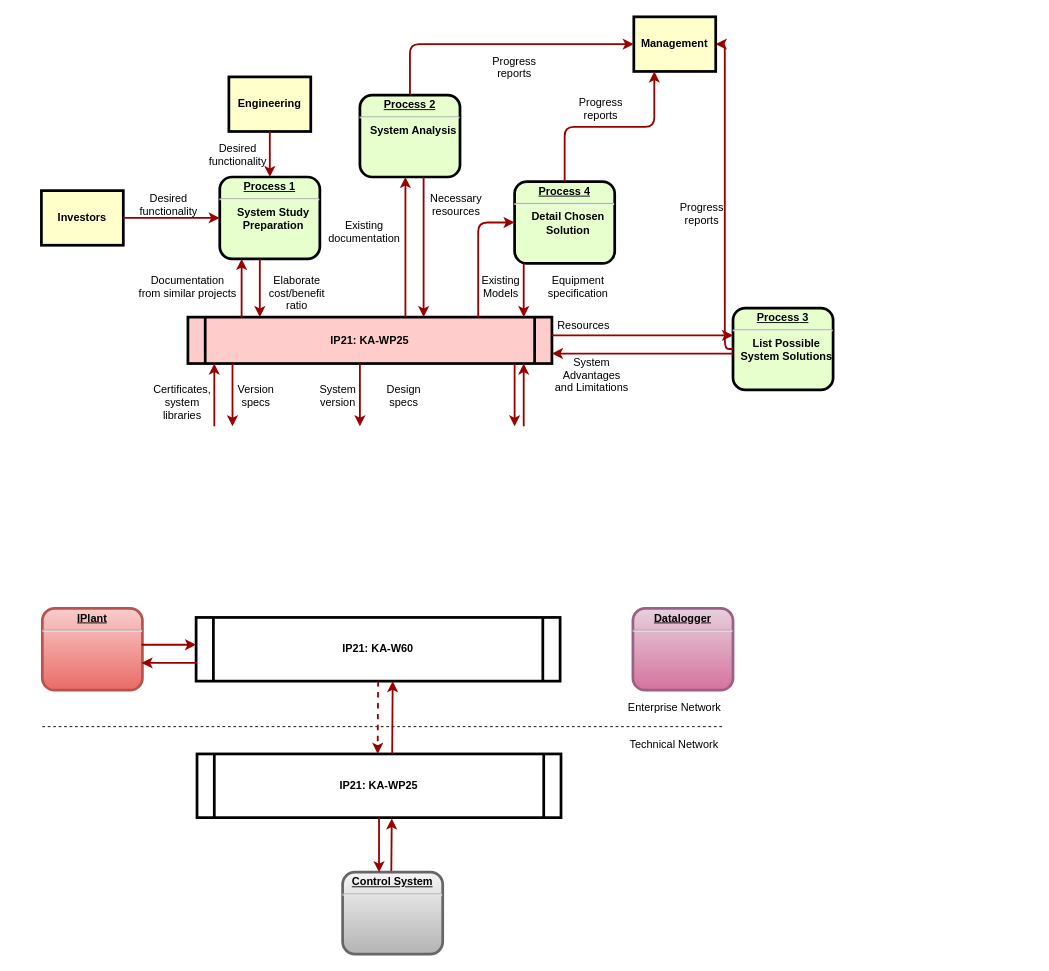
Before: IT_K-KLAB_01.drawio in Daniel-72/hello-world, a draw.io diagram. Source tidied: cells renumbered, new cells numbered last; positions are measured from the earlier drawing's top-left corner, leaving out a move shared by most shapes. Both pictures are drawn from the tidied source at 91%, with x=0, y=0 at pixel (41, 16).
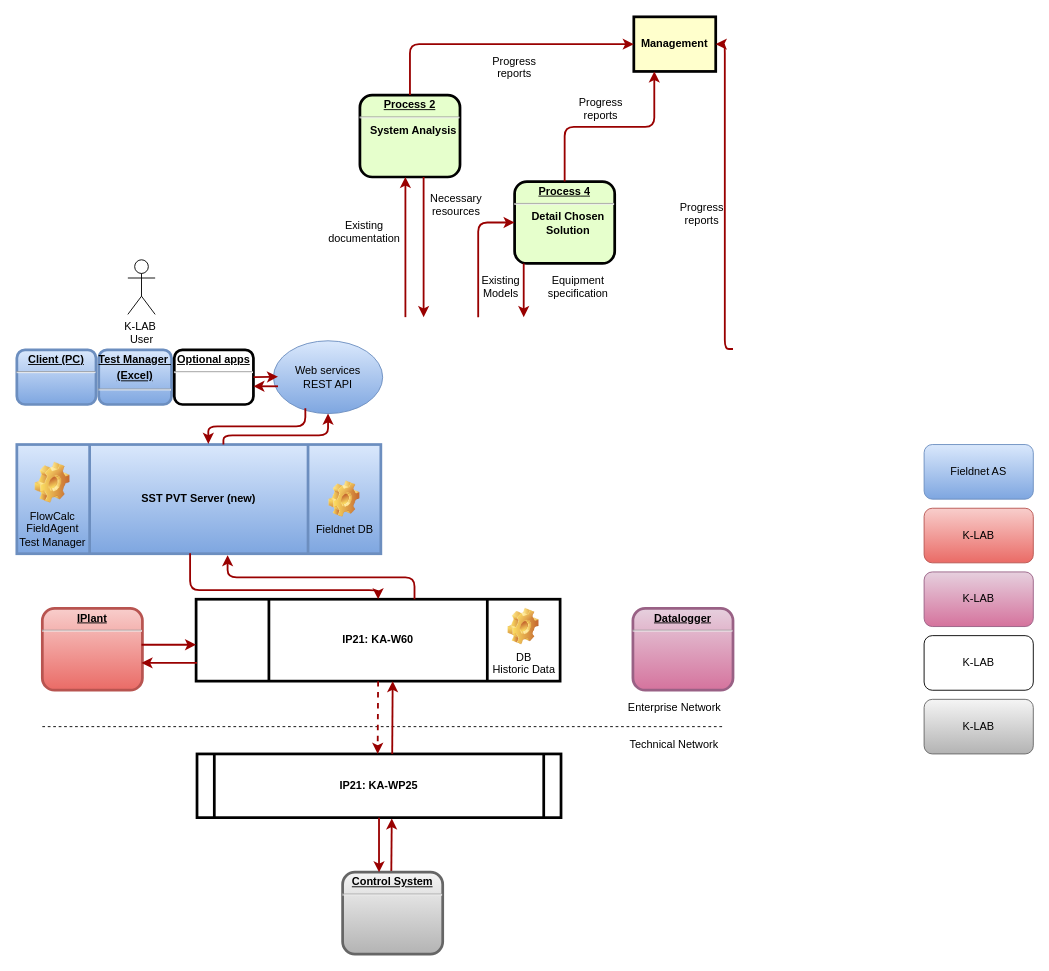
The same diagram, later.

Unchanged cells that the change refers to:
```xml
<mxCell id="6" value="&lt;p style=&quot;margin: 0px; margin-top: 4px; text-align: center; text-decoration: underline;&quot;&gt;&lt;strong&gt;Process 2&lt;br /&gt;&lt;/strong&gt;&lt;/p&gt;&lt;hr /&gt;&lt;p style=&quot;margin: 0px; margin-left: 8px;&quot;&gt;System Analysis&lt;/p&gt;" style="verticalAlign=middle;align=center;overflow=fill;fontSize=12;fontFamily=Helvetica;html=1;rounded=1;fontStyle=1;strokeWidth=3;fillColor=#E6FFCC;" parent="1" vertex="1">
  <mxGeometry x="350" y="86" width="110" height="90" as="geometry" />
</mxCell>
<mxCell id="8" value="&lt;p style=&quot;margin: 0px; margin-top: 4px; text-align: center; text-decoration: underline;&quot;&gt;&lt;strong&gt;&lt;strong&gt;Process&lt;/strong&gt; 4&lt;br /&gt;&lt;/strong&gt;&lt;/p&gt;&lt;hr /&gt;&lt;p style=&quot;margin: 0px; margin-left: 8px;&quot;&gt;Detail Chosen&lt;/p&gt;&lt;p style=&quot;margin: 0px; margin-left: 8px;&quot;&gt;Solution&lt;/p&gt;" style="verticalAlign=middle;align=center;overflow=fill;fontSize=12;fontFamily=Helvetica;html=1;rounded=1;fontStyle=1;strokeWidth=3;fillColor=#E6FFCC;" parent="1" vertex="1">
  <mxGeometry x="520" y="181" width="110" height="90" as="geometry" />
</mxCell>
<mxCell id="9" value="Management" style="whiteSpace=wrap;align=center;verticalAlign=middle;fontStyle=1;strokeWidth=3;fillColor=#FFFFCC;" parent="1" vertex="1">
  <mxGeometry x="651" width="90" height="60" as="geometry" />
</mxCell>
```

What changed in the source:
```diff
@@
-    <mxCell id="2" value="&lt;p style=&quot;margin: 0px; margin-top: 4px; text-align: center; text-decoration: underline;&quot;&gt;&lt;strong&gt;Process 1&lt;br /&gt;&lt;/strong&gt;&lt;/p&gt;&lt;hr /&gt;&lt;p style=&quot;margin: 0px; margin-left: 8px;&quot;&gt;System Study&lt;/p&gt;&lt;p style=&quot;margin: 0px; margin-left: 8px;&quot;&gt;Preparation&lt;/p&gt;" style="verticalAlign=middle;align=center;overflow=fill;fontSize=12;fontFamily=Helvetica;html=1;rounded=1;fontStyle=1;strokeWidth=3;fillColor=#E6FFCC;" parent="1" vertex="1">
-      <mxGeometry x="196" y="176" width="110" height="90" as="geometry" />
-    </mxCell>
-    <mxCell id="3" value="Engineering" style="whiteSpace=wrap;align=center;verticalAlign=middle;fontStyle=1;strokeWidth=3;fillColor=#FFFFCC;" parent="1" vertex="1">
-      <mxGeometry x="206" y="66" width="90" height="60" as="geometry" />
-    </mxCell>
-    <mxCell id="4" value="Investors" style="whiteSpace=wrap;align=center;verticalAlign=middle;fontStyle=1;strokeWidth=3;fillColor=#FFFFCC;" parent="1" vertex="1">
-      <mxGeometry y="191" width="90" height="60" as="geometry" />
-    </mxCell>
-    <mxCell id="5" value="IP21: KA-WP25" style="shape=process;whiteSpace=wrap;align=center;verticalAlign=middle;size=0.0475;fontStyle=1;strokeWidth=3;fillColor=#FFCCCC;" parent="1" vertex="1">
-      <mxGeometry x="161" y="330" width="400" height="51" as="geometry" />
-    </mxCell>
@@
-    <mxCell id="7" value="&lt;p style=&quot;margin: 0px; margin-top: 4px; text-align: center; text-decoration: underline;&quot;&gt;&lt;strong&gt;&lt;strong&gt;Process&lt;/strong&gt; 3&lt;br /&gt;&lt;/strong&gt;&lt;/p&gt;&lt;hr /&gt;&lt;p style=&quot;margin: 0px; margin-left: 8px;&quot;&gt;List Possible&lt;/p&gt;&lt;p style=&quot;margin: 0px; margin-left: 8px;&quot;&gt;System Solutions&lt;/p&gt;" style="verticalAlign=middle;align=center;overflow=fill;fontSize=12;fontFamily=Helvetica;html=1;rounded=1;fontStyle=1;strokeWidth=3;fillColor=#E6FFCC;" parent="1" vertex="1">
-      <mxGeometry x="760" y="320" width="110" height="90" as="geometry" />
-    </mxCell>
@@
-    <mxCell id="10" style="edgeStyle=none;noEdgeStyle=1;strokeColor=#990000;strokeWidth=2;" parent="1" edge="1" source="3" target="2">
-      <mxGeometry relative="1" as="geometry" />
-    </mxCell>
-    <mxCell id="11" style="edgeStyle=none;noEdgeStyle=1;strokeColor=#990000;strokeWidth=2;" parent="1" edge="1" source="4" target="2">
-      <mxGeometry relative="1" as="geometry" />
-    </mxCell>
-    <mxCell id="12" value="Desired &#10;functionality" style="text;spacingTop=-5;align=center;" parent="1" vertex="1">
-      <mxGeometry x="125" y="191" width="30" height="20" as="geometry" />
-    </mxCell>
-    <mxCell id="13" value="Desired &#10;functionality" style="text;spacingTop=-5;align=center;" parent="1" vertex="1">
-      <mxGeometry x="201" y="136" width="30" height="20" as="geometry" />
-    </mxCell>
-    <mxCell id="14" value="Documentation&#10;from similar projects" style="text;spacingTop=-5;align=center;" parent="1" vertex="1">
-      <mxGeometry x="146" y="281" width="30" height="20" as="geometry" />
-    </mxCell>
-    <mxCell id="15" style="edgeStyle=elbowEdgeStyle;elbow=horizontal;strokeColor=#990000;strokeWidth=2;" parent="1" edge="1" source="5" target="2">
-      <mxGeometry relative="1" as="geometry">
-        <Array as="points">
-          <mxPoint x="220" y="310" />
-        </Array>
-      </mxGeometry>
-    </mxCell>
-    <mxCell id="16" style="edgeStyle=elbowEdgeStyle;elbow=horizontal;strokeColor=#990000;strokeWidth=2;" parent="1" edge="1" source="2" target="5">
-      <mxGeometry relative="1" as="geometry">
-        <Array as="points">
-          <mxPoint x="240" y="300" />
-        </Array>
-      </mxGeometry>
-    </mxCell>
-    <mxCell id="17" value="Elaborate&#10;cost/benefit&#10;ratio" style="text;spacingTop=-5;align=center;" parent="1" vertex="1">
-      <mxGeometry x="266" y="281" width="30" height="20" as="geometry" />
-    </mxCell>
-    <mxCell id="18" style="edgeStyle=elbowEdgeStyle;elbow=horizontal;strokeColor=#990000;strokeWidth=2;" parent="1" edge="1" source="5" target="6">
+    <mxCell id="18" style="edgeStyle=elbowEdgeStyle;elbow=horizontal;strokeColor=#990000;strokeWidth=2;" parent="1" edge="1" target="6">
       <mxGeometry relative="1" as="geometry">
+        <mxPoint x="400" y="330" as="sourcePoint" />
         <Array as="points">
           <mxPoint x="400" y="250" />
         </Array>
       </mxGeometry>
     </mxCell>
-    <mxCell id="19" style="edgeStyle=elbowEdgeStyle;elbow=horizontal;strokeColor=#990000;strokeWidth=2;" parent="1" edge="1" source="6" target="5">
+    <mxCell id="19" style="edgeStyle=elbowEdgeStyle;elbow=horizontal;strokeColor=#990000;strokeWidth=2;" parent="1" edge="1" source="6">
       <mxGeometry relative="1" as="geometry">
+        <mxPoint x="420" y="330" as="targetPoint" />
         <Array as="points">
           <mxPoint x="420" y="260" />
         </Array>
       </mxGeometry>
     </mxCell>
@@
-    <mxCell id="27" style="edgeStyle=elbowEdgeStyle;elbow=horizontal;strokeColor=#990000;strokeWidth=2;" parent="1" edge="1" source="7" target="9">
-      <mxGeometry relative="1" as="geometry" />
+    <mxCell id="27" style="edgeStyle=elbowEdgeStyle;elbow=horizontal;strokeColor=#990000;strokeWidth=2;" parent="1" edge="1" target="9">
+      <mxGeometry relative="1" as="geometry">
+        <mxPoint x="760" y="365" as="sourcePoint" />
+      </mxGeometry>
     </mxCell>
-    <mxCell id="28" style="edgeStyle=elbowEdgeStyle;elbow=horizontal;strokeColor=#990000;strokeWidth=2;" parent="1" edge="1" source="8" target="5">
+    <mxCell id="28" style="edgeStyle=elbowEdgeStyle;elbow=horizontal;strokeColor=#990000;strokeWidth=2;" parent="1" edge="1" source="8">
       <mxGeometry relative="1" as="geometry">
+        <mxPoint x="530" y="330" as="targetPoint" />
         <Array as="points">
           <mxPoint x="530" y="300" />
         </Array>
       </mxGeometry>
     </mxCell>
-    <mxCell id="29" style="edgeStyle=segmentEdgeStyle;strokeColor=#990000;strokeWidth=2;" parent="1" edge="1" source="5" target="8">
+    <mxCell id="29" style="edgeStyle=segmentEdgeStyle;strokeColor=#990000;strokeWidth=2;" parent="1" edge="1" target="8">
       <mxGeometry relative="1" as="geometry">
+        <mxPoint x="480" y="330" as="sourcePoint" />
         <Array as="points">
           <mxPoint x="480" y="226" />
         </Array>
       </mxGeometry>
     </mxCell>
@@
-    <mxCell id="32" style="edgeStyle=elbowEdgeStyle;elbow=vertical;strokeColor=#990000;strokeWidth=2;" parent="1" edge="1" source="5" target="7">
-      <mxGeometry relative="1" as="geometry">
-        <Array as="points">
-          <mxPoint x="610" y="350" />
-        </Array>
-      </mxGeometry>
-    </mxCell>
-    <mxCell id="33" style="edgeStyle=elbowEdgeStyle;elbow=vertical;strokeColor=#990000;strokeWidth=2;" parent="1" edge="1" source="7" target="5">
-      <mxGeometry relative="1" as="geometry">
-        <Array as="points">
-          <mxPoint x="610" y="370" />
-        </Array>
-      </mxGeometry>
-    </mxCell>
-    <mxCell id="34" value="Resources" style="text;spacingTop=-5;align=center;" parent="1" vertex="1">
-      <mxGeometry x="581" y="331" width="30" height="20" as="geometry" />
-    </mxCell>
-    <mxCell id="35" value="System &#10;Advantages &#10;and Limitations" style="text;spacingTop=-5;align=center;" parent="1" vertex="1">
-      <mxGeometry x="590" y="371" width="30" height="20" as="geometry" />
-    </mxCell>
-    <mxCell id="36" style="edgeStyle=elbowEdgeStyle;elbow=horizontal;strokeColor=#990000;strokeWidth=2;" parent="1" edge="1" target="5">
-      <mxGeometry relative="1" as="geometry">
-        <mxPoint x="530" y="450" as="sourcePoint" />
-        <Array as="points">
-          <mxPoint x="530" y="410" />
-        </Array>
-      </mxGeometry>
-    </mxCell>
-    <mxCell id="37" style="edgeStyle=elbowEdgeStyle;elbow=horizontal;strokeColor=#990000;strokeWidth=2;" parent="1" edge="1" source="5">
-      <mxGeometry relative="1" as="geometry">
-        <mxPoint x="520" y="450" as="targetPoint" />
-        <Array as="points">
-          <mxPoint x="520" y="420" />
-        </Array>
-      </mxGeometry>
-    </mxCell>
@@
-    <mxCell id="39" style="edgeStyle=elbowEdgeStyle;elbow=horizontal;strokeColor=#990000;strokeWidth=2;" parent="1" edge="1" source="5">
-      <mxGeometry relative="1" as="geometry">
-        <mxPoint x="350" y="450" as="targetPoint" />
-        <Array as="points">
-          <mxPoint x="350" y="410" />
-        </Array>
-      </mxGeometry>
-    </mxCell>
@@
-    <mxCell id="41" value="Version&#10;specs" style="text;spacingTop=-5;align=center;" parent="1" vertex="1">
-      <mxGeometry x="221" y="401" width="30" height="20" as="geometry" />
-    </mxCell>
-    <mxCell id="42" value="Certificates,&#10;system&#10;libraries" style="text;spacingTop=-5;align=center;" parent="1" vertex="1">
-      <mxGeometry x="140" y="401" width="30" height="20" as="geometry" />
-    </mxCell>
-    <mxCell id="43" style="edgeStyle=elbowEdgeStyle;elbow=horizontal;strokeColor=#990000;strokeWidth=2;" parent="1" edge="1" source="5">
-      <mxGeometry relative="1" as="geometry">
-        <mxPoint x="210" y="450" as="targetPoint" />
-        <Array as="points">
-          <mxPoint x="210" y="410" />
-        </Array>
-      </mxGeometry>
-    </mxCell>
-    <mxCell id="44" style="edgeStyle=elbowEdgeStyle;elbow=horizontal;strokeColor=#990000;strokeWidth=2;" parent="1" edge="1" target="5">
-      <mxGeometry relative="1" as="geometry">
-        <mxPoint x="190" y="450" as="sourcePoint" />
-        <Array as="points">
-          <mxPoint x="190" y="410" />
-        </Array>
-      </mxGeometry>
-    </mxCell>
-    <mxCell id="45" value="Design&#10;specs" style="text;spacingTop=-5;align=center;" parent="1" vertex="1">
-      <mxGeometry x="383.5" y="401" width="30" height="20" as="geometry" />
-    </mxCell>
-    <mxCell id="46" value="System&#10;version" style="text;spacingTop=-5;align=center;" parent="1" vertex="1">
-      <mxGeometry x="311" y="401" width="30" height="20" as="geometry" />
-    </mxCell>
@@
-    <mxCell id="52" value="IP21: KA-W60" style="shape=process;whiteSpace=wrap;align=center;verticalAlign=middle;size=0.0475;fontStyle=1;strokeWidth=3;" parent="1" vertex="1">
-      <mxGeometry x="170" y="660" width="400" height="70" as="geometry" />
+    <mxCell id="52" value="IP21: KA-W60" style="shape=process;whiteSpace=wrap;align=center;verticalAlign=middle;size=0.2;fontStyle=1;strokeWidth=3;" parent="1" vertex="1">
+      <mxGeometry x="170" y="640" width="400" height="90" as="geometry" />
     </mxCell>
@@
+    <mxCell id="59" value="DB &lt;br&gt;Historic Data" style="shape=image;html=1;verticalLabelPosition=bottom;verticalAlign=top;imageAspect=1;image=img/clipart/Gear_128x128.png;" parent="1" vertex="1">
+      <mxGeometry x="512.7" y="650" width="34.1" height="40" as="geometry" />
+    </mxCell>
+    <mxCell id="60" value="SST PVT Server (new)" style="shape=process;whiteSpace=wrap;align=center;verticalAlign=middle;size=0.2;fontStyle=1;strokeWidth=3;gradientColor=#7ea6e0;fillColor=#dae8fc;strokeColor=#6c8ebf;" parent="1" vertex="1">
+      <mxGeometry x="-27" y="470" width="400" height="120" as="geometry" />
+    </mxCell>
+    <mxCell id="61" value="Fieldnet DB" style="shape=image;html=1;verticalLabelPosition=bottom;verticalAlign=top;imageAspect=1;image=img/clipart/Gear_128x128.png;" parent="1" vertex="1">
+      <mxGeometry x="315.9" y="510" width="34.1" height="40" as="geometry" />
+    </mxCell>
+    <mxCell id="62" value="FlowCalc&lt;br&gt;FieldAgent&lt;br&gt;Test Manager" style="shape=image;html=1;verticalLabelPosition=bottom;verticalAlign=top;imageAspect=1;image=img/clipart/Gear_128x128.png;" parent="1" vertex="1">
+      <mxGeometry x="-7" y="489.5" width="38.4" height="45" as="geometry" />
+    </mxCell>
+    <mxCell id="63" style="edgeStyle=elbowEdgeStyle;elbow=vertical;endArrow=classic;html=1;strokeColor=#990000;strokeWidth=2;entryX=0.579;entryY=1.013;entryDx=0;entryDy=0;entryPerimeter=0;exitX=0.579;exitY=1.013;exitDx=0;exitDy=0;exitPerimeter=0;" parent="1" edge="1" target="60">
+      <mxGeometry relative="1" as="geometry">
+        <mxPoint x="410" y="640" as="sourcePoint" />
+      </mxGeometry>
+    </mxCell>
+    <mxCell id="64" style="edgeStyle=elbowEdgeStyle;elbow=vertical;endArrow=classic;html=1;strokeColor=#990000;strokeWidth=2;entryX=0.476;entryY=0.995;entryDx=0;entryDy=0;entryPerimeter=0;exitX=0.476;exitY=0.995;exitDx=0;exitDy=0;exitPerimeter=0;" parent="1" edge="1" source="60">
+      <mxGeometry relative="1" as="geometry">
+        <mxPoint x="370" y="640" as="targetPoint" />
+        <Array as="points">
+          <mxPoint x="260" y="630" />
+        </Array>
+      </mxGeometry>
+    </mxCell>
+    <mxCell id="65" value="Fieldnet AS" style="rounded=1;whiteSpace=wrap;html=1;gradientColor=#7ea6e0;fillColor=#dae8fc;strokeColor=#6c8ebf;" parent="1" vertex="1">
+      <mxGeometry x="970" y="470" width="120" height="60" as="geometry" />
+    </mxCell>
+    <mxCell id="66" value="K-LAB" style="rounded=1;whiteSpace=wrap;html=1;gradientColor=#ea6b66;fillColor=#f8cecc;strokeColor=#b85450;" parent="1" vertex="1">
+      <mxGeometry x="970" y="540" width="120" height="60" as="geometry" />
+    </mxCell>
+    <mxCell id="67" value="K-LAB" style="rounded=1;whiteSpace=wrap;html=1;gradientColor=#d5739d;fillColor=#e6d0de;strokeColor=#996185;" parent="1" vertex="1">
+      <mxGeometry x="970" y="610" width="120" height="60" as="geometry" />
+    </mxCell>
+    <mxCell id="68" value="K-LAB" style="rounded=1;whiteSpace=wrap;html=1;" parent="1" vertex="1">
+      <mxGeometry x="970" y="680" width="120" height="60" as="geometry" />
+    </mxCell>
+    <mxCell id="69" value="K-LAB" style="rounded=1;whiteSpace=wrap;html=1;gradientColor=#b3b3b3;fillColor=#f5f5f5;strokeColor=#666666;" parent="1" vertex="1">
+      <mxGeometry x="970" y="750" width="120" height="60" as="geometry" />
+    </mxCell>
+    <mxCell id="70" value="&lt;p style=&quot;margin: 0px ; margin-top: 4px ; text-align: center ; text-decoration: underline&quot;&gt;Client (PC)&lt;/p&gt;&lt;hr&gt;&lt;p style=&quot;margin: 0px ; margin-left: 8px&quot;&gt;&lt;br&gt;&lt;/p&gt;" style="verticalAlign=middle;align=center;overflow=fill;fontSize=12;fontFamily=Helvetica;html=1;rounded=1;fontStyle=1;strokeWidth=3;fillColor=#dae8fc;gradientColor=#7ea6e0;strokeColor=#6c8ebf;" parent="1" vertex="1">
+      <mxGeometry x="-27" y="366" width="87" height="60" as="geometry" />
+    </mxCell>
+    <mxCell id="71" value="&lt;p style=&quot;margin: 0px ; margin-top: 4px ; text-align: center ; text-decoration: underline&quot;&gt;Test Manager&amp;nbsp;&lt;/p&gt;&lt;p style=&quot;margin: 0px ; margin-top: 4px ; text-align: center ; text-decoration: underline&quot;&gt;(Excel)&lt;/p&gt;&lt;hr&gt;&lt;p style=&quot;margin: 0px ; margin-left: 8px&quot;&gt;&lt;br&gt;&lt;/p&gt;" style="verticalAlign=middle;align=center;overflow=fill;fontSize=12;fontFamily=Helvetica;html=1;rounded=1;fontStyle=1;strokeWidth=3;fillColor=#dae8fc;gradientColor=#7ea6e0;strokeColor=#6c8ebf;" parent="1" vertex="1">
+      <mxGeometry x="63" y="366" width="80" height="60" as="geometry" />
+    </mxCell>
+    <mxCell id="72" value="Web services&lt;br&gt;REST API" style="ellipse;whiteSpace=wrap;html=1;gradientColor=#7ea6e0;fillColor=#dae8fc;strokeColor=#6c8ebf;" parent="1" vertex="1">
+      <mxGeometry x="255" y="356" width="120" height="80" as="geometry" />
+    </mxCell>
+    <mxCell id="73" value="&lt;p style=&quot;margin: 0px ; margin-top: 4px ; text-align: center ; text-decoration: underline&quot;&gt;Optional apps&lt;/p&gt;&lt;hr&gt;&lt;p style=&quot;margin: 0px ; margin-left: 8px&quot;&gt;&lt;br&gt;&lt;/p&gt;" style="verticalAlign=middle;align=center;overflow=fill;fontSize=12;fontFamily=Helvetica;html=1;rounded=1;fontStyle=1;strokeWidth=3;" parent="1" vertex="1">
+      <mxGeometry x="146" y="366" width="87" height="60" as="geometry" />
+    </mxCell>
+    <mxCell id="74" value="K-LAB&amp;nbsp;&lt;br&gt;User" style="shape=umlActor;verticalLabelPosition=bottom;verticalAlign=top;html=1;" parent="1" vertex="1">
+      <mxGeometry x="95" y="267" width="30" height="60" as="geometry" />
+    </mxCell>
+    <mxCell id="75" style="edgeStyle=none;noEdgeStyle=1;strokeColor=#990000;strokeWidth=2;exitX=1;exitY=0.5;exitDx=0;exitDy=0;" parent="1" edge="1" source="73">
+      <mxGeometry relative="1" as="geometry">
+        <mxPoint x="260" y="395.5" as="targetPoint" />
+      </mxGeometry>
+    </mxCell>
+    <mxCell id="76" style="edgeStyle=elbowEdgeStyle;elbow=vertical;strokeColor=#990000;strokeWidth=2;" parent="1" edge="1">
+      <mxGeometry relative="1" as="geometry">
+        <mxPoint x="260" y="406" as="sourcePoint" />
+        <mxPoint x="233" y="406" as="targetPoint" />
+        <Array as="points">
+          <mxPoint x="260" y="406" />
+        </Array>
+      </mxGeometry>
+    </mxCell>
+    <mxCell id="77" style="edgeStyle=elbowEdgeStyle;elbow=vertical;endArrow=classic;html=1;strokeColor=#990000;strokeWidth=2;exitX=0.476;exitY=0.995;exitDx=0;exitDy=0;exitPerimeter=0;" parent="1" edge="1" target="72">
+      <mxGeometry relative="1" as="geometry">
+        <mxPoint x="200" y="470" as="sourcePoint" />
+        <Array as="points">
+          <mxPoint x="315" y="460" />
+        </Array>
+      </mxGeometry>
+    </mxCell>
+    <mxCell id="78" style="edgeStyle=elbowEdgeStyle;elbow=vertical;endArrow=classic;html=1;strokeColor=#990000;strokeWidth=2;exitX=0.292;exitY=0.925;exitDx=0;exitDy=0;exitPerimeter=0;entryX=0.526;entryY=-0.006;entryDx=0;entryDy=0;entryPerimeter=0;" parent="1" edge="1" source="72" target="60">
+      <mxGeometry relative="1" as="geometry">
+        <Array as="points">
+          <mxPoint x="305" y="450" />
+        </Array>
+      </mxGeometry>
+    </mxCell>
```
